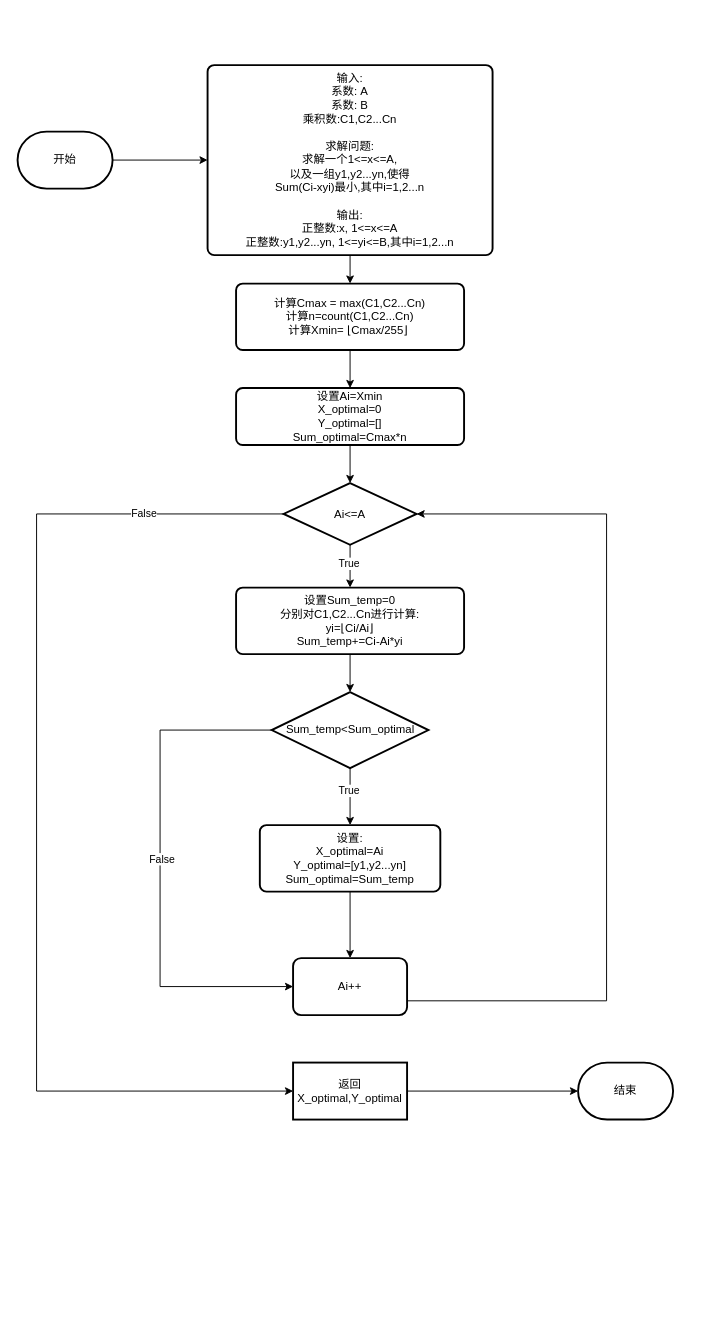
The draw.io diagram 未命名绘图.drawio in 278530283/docs, before the edit. Source tidied: cells renumbered, new cells numbered last; positions are measured from the earlier drawing's top-left corner, leaving out a move shared by most shapes. Both pictures are drawn from the tidied source at 95%, with x=0, y=0 at pixel (17, 65).
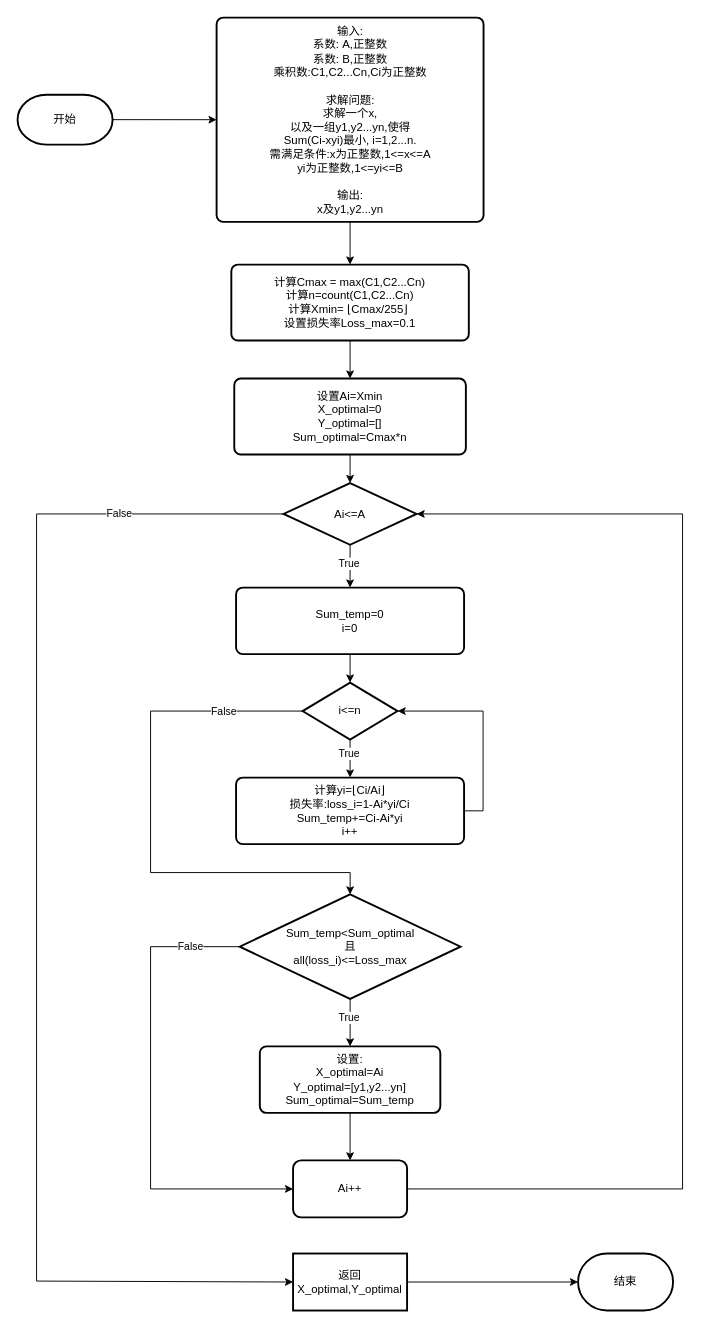
The same diagram, later.

Commit message:
更新未命名绘图.drawio

Unchanged cells that the change refers to:
```xml
<mxCell id="14" value="Ai&amp;lt;=A" style="strokeWidth=2;html=1;shape=mxgraph.flowchart.decision;whiteSpace=wrap;" parent="1" vertex="1">
  <mxGeometry x="280" y="440" width="140" height="65" as="geometry" />
</mxCell>
```

Change to the diagram source:
```diff
@@
     <mxCell id="3" value="开始" style="strokeWidth=2;html=1;shape=mxgraph.flowchart.terminator;whiteSpace=wrap;" parent="1" vertex="1">
-      <mxGeometry y="70" width="100" height="60" as="geometry" />
+      <mxGeometry y="31.2" width="100" height="52.5" as="geometry" />
     </mxCell>
@@
-    <mxCell id="5" value="输入:&lt;br&gt;系数: A&lt;br&gt;系数: B&lt;br&gt;乘积数:C1,C2...Cn&lt;br&gt;&lt;br&gt;求解问题:&lt;br&gt;求解一个1&amp;lt;=x&amp;lt;=A,&lt;br&gt;以及一组y1,y2...yn,使得&lt;br&gt;Sum(Ci-xyi)最小,其中i=1,2...n&lt;br&gt;&lt;br&gt;输出:&lt;br&gt;正整数:x, 1&amp;lt;=x&amp;lt;=A&lt;br&gt;正整数:y1,y2...yn, 1&amp;lt;=yi&amp;lt;=B,其中i=1,2...n" style="rounded=1;whiteSpace=wrap;html=1;absoluteArcSize=1;arcSize=14;strokeWidth=2;" parent="1" vertex="1">
-      <mxGeometry x="200" width="300" height="200" as="geometry" />
+    <mxCell id="5" value="输入:&lt;br&gt;系数: A,正整数&lt;br&gt;系数: B,正整数&lt;br&gt;乘积数:C1,C2...Cn,Ci为正整数&lt;br&gt;&lt;br&gt;求解问题:&lt;br&gt;求解一个x,&lt;br&gt;以及一组y1,y2...yn,使得&lt;br&gt;Sum(Ci-xyi)最小, i=1,2...n.&lt;br&gt;需满足条件:x为正整数,1&amp;lt;=x&amp;lt;=A&lt;br&gt;yi为正整数,1&amp;lt;=yi&amp;lt;=B&lt;br&gt;&lt;br&gt;输出:&lt;br&gt;x及y1,y2...yn" style="rounded=1;whiteSpace=wrap;html=1;absoluteArcSize=1;arcSize=14;strokeWidth=2;" parent="1" vertex="1">
+      <mxGeometry x="209.5" y="-50" width="281" height="215" as="geometry" />
     </mxCell>
@@
-    <mxCell id="7" value="计算Cmax = max(C1,C2...Cn)&lt;br&gt;计算n=count(C1,C2...Cn)&lt;br&gt;计算Xmin=&amp;nbsp;⌊Cmax/255⌋&amp;nbsp;" style="rounded=1;whiteSpace=wrap;html=1;absoluteArcSize=1;arcSize=14;strokeWidth=2;" parent="1" vertex="1">
-      <mxGeometry x="230" y="230" width="240" height="70" as="geometry" />
+    <mxCell id="7" value="计算Cmax = max(C1,C2...Cn)&lt;br&gt;计算n=count(C1,C2...Cn)&lt;br&gt;计算Xmin=&amp;nbsp;⌊Cmax/255⌋&amp;nbsp;&lt;br&gt;设置损失率Loss_max=0.1" style="rounded=1;whiteSpace=wrap;html=1;absoluteArcSize=1;arcSize=14;strokeWidth=2;" parent="1" vertex="1">
+      <mxGeometry x="225" y="210" width="250" height="80" as="geometry" />
     </mxCell>
@@
     <mxCell id="9" value="设置Ai=Xmin&lt;br&gt;X_optimal=0&lt;br&gt;Y_optimal=[]&lt;br&gt;Sum_optimal=Cmax*n" style="rounded=1;whiteSpace=wrap;html=1;absoluteArcSize=1;arcSize=14;strokeWidth=2;" parent="1" vertex="1">
-      <mxGeometry x="230" y="340" width="240" height="60" as="geometry" />
+      <mxGeometry x="228.1" y="330" width="243.8" height="80" as="geometry" />
     </mxCell>
     <mxCell id="10" style="edgeStyle=orthogonalEdgeStyle;rounded=0;jettySize=auto;html=1;entryX=0;entryY=0.5;entryDx=0;entryDy=0;" parent="1" edge="1" source="14" target="27">
       <mxGeometry relative="1" as="geometry">
         <Array as="points">
-          <mxPoint x="20" y="472" />
-          <mxPoint x="20" y="1080" />
+          <mxPoint x="20" y="473" />
+          <mxPoint x="20" y="1280" />
+          <mxPoint x="290" y="1280" />
         </Array>
       </mxGeometry>
     </mxCell>
@@
-    <mxCell id="15" style="edgeStyle=orthogonalEdgeStyle;rounded=0;jettySize=auto;html=1;exitX=0.5;exitY=1;exitDx=0;exitDy=0;entryX=0.5;entryY=0;entryDx=0;entryDy=0;entryPerimeter=0;" parent="1" edge="1" source="16" target="21">
-      <mxGeometry relative="1" as="geometry" />
-    </mxCell>
+    <mxCell id="29" style="edgeStyle=orthogonalEdgeStyle;rounded=0;jettySize=auto;html=1;exitX=0.5;exitY=1;exitDx=0;exitDy=0;entryX=0.5;entryY=0;entryDx=0;entryDy=0;entryPerimeter=0;" parent="1" edge="1" source="16" target="36">
+      <mxGeometry relative="1" as="geometry" />
+    </mxCell>
-    <mxCell id="16" value="设置Sum_temp=0&lt;br&gt;分别对C1,C2...Cn进行计算:&lt;br&gt;yi=⌊Ci/Ai⌋&lt;br&gt;Sum_temp+=Ci-Ai*yi" style="rounded=1;whiteSpace=wrap;html=1;absoluteArcSize=1;arcSize=14;strokeWidth=2;" parent="1" vertex="1">
+    <mxCell id="16" value="Sum_temp=0&lt;br&gt;i=0" style="rounded=1;whiteSpace=wrap;html=1;absoluteArcSize=1;arcSize=14;strokeWidth=2;" parent="1" vertex="1">
       <mxGeometry x="230" y="550" width="240" height="70" as="geometry" />
     </mxCell>
@@
-    <mxCell id="19" style="edgeStyle=orthogonalEdgeStyle;rounded=0;orthogonalLoop=1;jettySize=auto;html=1;exitX=0;exitY=0.5;exitDx=0;exitDy=0;exitPerimeter=0;entryX=0;entryY=0.5;entryDx=0;entryDy=0;" parent="1" edge="1">
-      <mxGeometry relative="1" as="geometry">
-        <mxPoint x="267.5" y="700" as="sourcePoint" />
-        <mxPoint x="290" y="970" as="targetPoint" />
-        <Array as="points">
-          <mxPoint x="150" y="700" />
-          <mxPoint x="150" y="970" />
-        </Array>
-      </mxGeometry>
-    </mxCell>
-    <mxCell id="20" value="False" style="edgeLabel;html=1;align=center;verticalAlign=middle;" parent="19" vertex="1">
-      <mxGeometry x="-0.04" y="1" relative="1" as="geometry" />
-    </mxCell>
+    <mxCell id="30" style="edgeStyle=orthogonalEdgeStyle;rounded=0;jettySize=auto;html=1;exitX=0;exitY=0.5;exitDx=0;exitDy=0;exitPerimeter=0;entryX=0;entryY=0.5;entryDx=0;entryDy=0;" parent="1" edge="1" source="21" target="25">
+      <mxGeometry relative="1" as="geometry">
+        <Array as="points">
+          <mxPoint x="140" y="928" />
+          <mxPoint x="140" y="1183" />
+        </Array>
+      </mxGeometry>
+    </mxCell>
+    <mxCell id="31" value="False" style="edgeLabel;html=1;align=center;verticalAlign=middle;" parent="30" vertex="1">
+      <mxGeometry x="-0.79" y="-1" relative="1" as="geometry" />
+    </mxCell>
-    <mxCell id="21" value="Sum_temp&amp;lt;Sum_optimal" style="strokeWidth=2;html=1;shape=mxgraph.flowchart.decision;whiteSpace=wrap;" parent="1" vertex="1">
-      <mxGeometry x="267.5" y="660" width="165" height="80" as="geometry" />
+    <mxCell id="21" value="Sum_temp&amp;lt;Sum_optimal&lt;br&gt;且&lt;br&gt;all(loss_i)&amp;lt;=Loss_max" style="strokeWidth=2;html=1;shape=mxgraph.flowchart.decision;whiteSpace=wrap;" parent="1" vertex="1">
+      <mxGeometry x="233.8" y="873" width="232.5" height="110" as="geometry" />
     </mxCell>
@@
     <mxCell id="23" value="设置:&lt;br&gt;X_optimal=Ai&lt;br&gt;Y_optimal=[y1,y2...yn]&lt;br&gt;Sum_optimal=Sum_temp" style="rounded=1;whiteSpace=wrap;html=1;absoluteArcSize=1;arcSize=14;strokeWidth=2;" parent="1" vertex="1">
-      <mxGeometry x="255" y="800" width="190" height="70" as="geometry" />
+      <mxGeometry x="255" y="1033" width="190" height="70" as="geometry" />
     </mxCell>
     <mxCell id="24" style="edgeStyle=orthogonalEdgeStyle;rounded=0;jettySize=auto;html=1;exitX=1;exitY=0.5;exitDx=0;exitDy=0;entryX=1;entryY=0.5;entryDx=0;entryDy=0;entryPerimeter=0;" parent="1" edge="1" source="25" target="14">
       <mxGeometry relative="1" as="geometry">
         <Array as="points">
-          <mxPoint x="620" y="985" />
-          <mxPoint x="620" y="472" />
+          <mxPoint x="700" y="1183" />
+          <mxPoint x="700" y="473" />
         </Array>
       </mxGeometry>
     </mxCell>
     <mxCell id="25" value="Ai++" style="whiteSpace=wrap;html=1;rounded=1;arcSize=14;strokeWidth=2;" parent="1" vertex="1">
-      <mxGeometry x="290" y="940" width="120" height="60" as="geometry" />
+      <mxGeometry x="290" y="1153" width="120" height="60" as="geometry" />
     </mxCell>
@@
     <mxCell id="27" value="返回 X_optimal,Y_optimal" style="whiteSpace=wrap;html=1;strokeWidth=2;" parent="1" vertex="1">
-      <mxGeometry x="290" y="1050" width="120" height="60" as="geometry" />
+      <mxGeometry x="290" y="1251" width="120" height="60" as="geometry" />
     </mxCell>
     <mxCell id="28" value="结束" style="strokeWidth=2;html=1;shape=mxgraph.flowchart.terminator;whiteSpace=wrap;" parent="1" vertex="1">
-      <mxGeometry x="590" y="1050" width="100" height="60" as="geometry" />
+      <mxGeometry x="590" y="1251" width="100" height="60" as="geometry" />
     </mxCell>
+    <mxCell id="32" style="edgeStyle=orthogonalEdgeStyle;rounded=0;jettySize=auto;html=1;exitX=0;exitY=0.5;exitDx=0;exitDy=0;exitPerimeter=0;entryX=0.5;entryY=0;entryDx=0;entryDy=0;entryPerimeter=0;" parent="1" edge="1" source="36" target="21">
+      <mxGeometry relative="1" as="geometry">
+        <Array as="points">
+          <mxPoint x="140" y="680" />
+          <mxPoint x="140" y="850" />
+          <mxPoint x="350" y="850" />
+        </Array>
+      </mxGeometry>
+    </mxCell>
+    <mxCell id="33" value="False" style="edgeLabel;html=1;align=center;verticalAlign=middle;" parent="32" vertex="1">
+      <mxGeometry x="-0.7" relative="1" as="geometry" />
+    </mxCell>
+    <mxCell id="34" style="edgeStyle=orthogonalEdgeStyle;rounded=0;jettySize=auto;html=1;exitX=0.5;exitY=1;exitDx=0;exitDy=0;exitPerimeter=0;entryX=0.5;entryY=0;entryDx=0;entryDy=0;" parent="1" edge="1" source="36" target="38">
+      <mxGeometry relative="1" as="geometry" />
+    </mxCell>
+    <mxCell id="35" value="True" style="edgeLabel;html=1;align=center;verticalAlign=middle;" parent="34" vertex="1">
+      <mxGeometry x="-0.29" y="-2" relative="1" as="geometry" />
+    </mxCell>
+    <mxCell id="36" value="i&amp;lt;=n" style="strokeWidth=2;html=1;shape=mxgraph.flowchart.decision;whiteSpace=wrap;" parent="1" vertex="1">
+      <mxGeometry x="300" y="650" width="100" height="60" as="geometry" />
+    </mxCell>
+    <mxCell id="37" style="edgeStyle=orthogonalEdgeStyle;rounded=0;jettySize=auto;html=1;exitX=1;exitY=0.5;exitDx=0;exitDy=0;entryX=1;entryY=0.5;entryDx=0;entryDy=0;entryPerimeter=0;" parent="1" edge="1" source="38" target="36">
+      <mxGeometry relative="1" as="geometry" />
+    </mxCell>
+    <mxCell id="38" value="计算yi=⌊Ci/Ai⌋&lt;br&gt;损失率:loss_i=1-Ai*yi/Ci&lt;br&gt;Sum_temp+=Ci-Ai*yi&lt;br&gt;i++" style="rounded=1;whiteSpace=wrap;html=1;absoluteArcSize=1;arcSize=14;strokeWidth=2;" parent="1" vertex="1">
+      <mxGeometry x="230" y="750" width="240" height="70" as="geometry" />
+    </mxCell>
```
